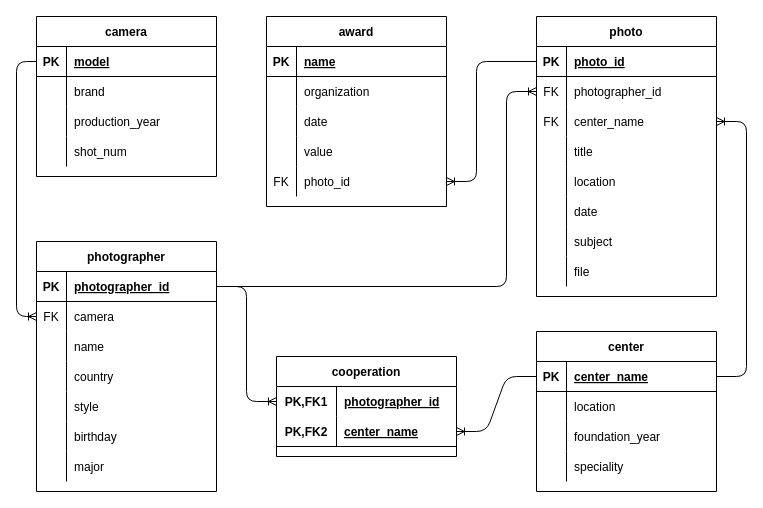
Earlier version of the draw.io diagram Untitled Diagram.drawio (leylakrz/test). Source tidied: cells renumbered, new cells numbered last; positions are measured from the earlier drawing's top-left corner, leaving out a move shared by most shapes. Both pictures are drawn from the tidied source at 100%, with x=0, y=0 at pixel (16, 16).
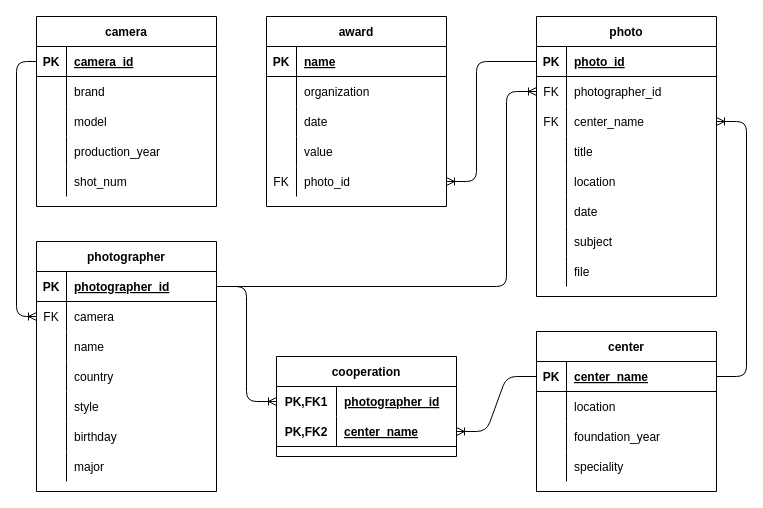
The same page after the edit.

Unchanged cells that the change refers to:
```xml
<mxCell id="25" style="shape=partialRectangle;fillColor=none;top=0;left=0;bottom=1;right=0;points=[[0,0.5],[1,0.5]];portConstraint=eastwest;" parent="24" vertex="1">
  <mxGeometry y="30" width="180" height="30" as="geometry" />
</mxCell>
```

Change to the diagram source:
```diff
@@
     <mxCell id="24" value="camera" style="shape=table;startSize=30;childLayout=tableLayout;rowLines=0;fontStyle=1;align=center;swimlaneFillColor=#ffffff;" parent="1" vertex="1">
-      <mxGeometry x="20" width="180" height="160" as="geometry" />
+      <mxGeometry x="20" width="180" height="190" as="geometry" />
     </mxCell>
@@
-    <mxCell id="27" value="model" style="shape=partialRectangle;fillColor=none;top=0;left=0;bottom=0;right=0;align=left;spacingLeft=6;fontStyle=5;overflow=hidden;" parent="25" vertex="1">
+    <mxCell id="27" value="camera_id" style="shape=partialRectangle;fillColor=none;top=0;left=0;bottom=0;right=0;align=left;spacingLeft=6;fontStyle=5;overflow=hidden;" parent="25" vertex="1">
       <mxGeometry x="30" width="150" height="30" as="geometry" />
     </mxCell>
@@
+    <mxCell id="104" style="shape=partialRectangle;fillColor=none;top=0;left=0;bottom=0;right=0;" parent="24" vertex="1">
+      <mxGeometry y="90" width="180" height="30" as="geometry" />
+    </mxCell>
+    <mxCell id="105" style="shape=partialRectangle;fillColor=none;top=0;left=0;bottom=0;right=0;overflow=hidden;" parent="104" vertex="1">
+      <mxGeometry width="30" height="30" as="geometry" />
+    </mxCell>
+    <mxCell id="106" value="model" style="shape=partialRectangle;fillColor=none;top=0;left=0;bottom=0;right=0;align=left;spacingLeft=6;overflow=hidden;" parent="104" vertex="1">
+      <mxGeometry x="30" width="150" height="30" as="geometry" />
+    </mxCell>
     <mxCell id="31" style="shape=partialRectangle;fillColor=none;top=0;left=0;bottom=0;right=0;" parent="24" vertex="1">
-      <mxGeometry y="90" width="180" height="30" as="geometry" />
+      <mxGeometry y="120" width="180" height="30" as="geometry" />
     </mxCell>
@@
     <mxCell id="34" style="shape=partialRectangle;fillColor=none;top=0;left=0;bottom=0;right=0;" parent="24" vertex="1">
-      <mxGeometry y="120" width="180" height="30" as="geometry" />
+      <mxGeometry y="150" width="180" height="30" as="geometry" />
     </mxCell>
```
